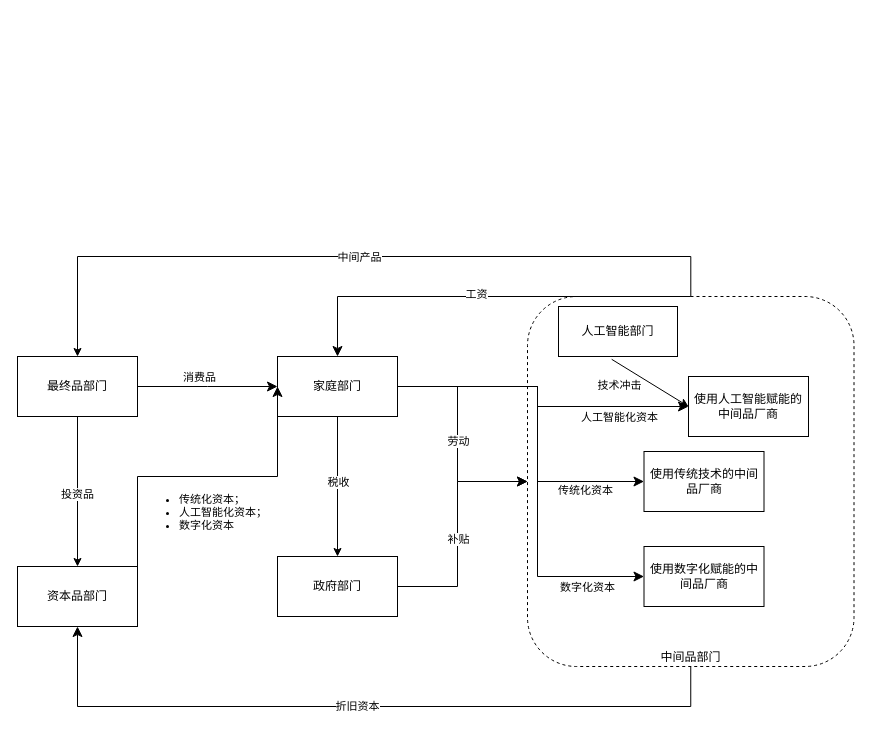
callwhat/drawio keeps this draw.io diagram as AIDsge.drawio. Above is the earlier version. Source tidied: cells renumbered, new cells numbered last; positions are measured from the earlier drawing's top-left corner, leaving out a move shared by most shapes. Both pictures are drawn from the tidied source at 100%, with x=0, y=0 at pixel (17, 256).
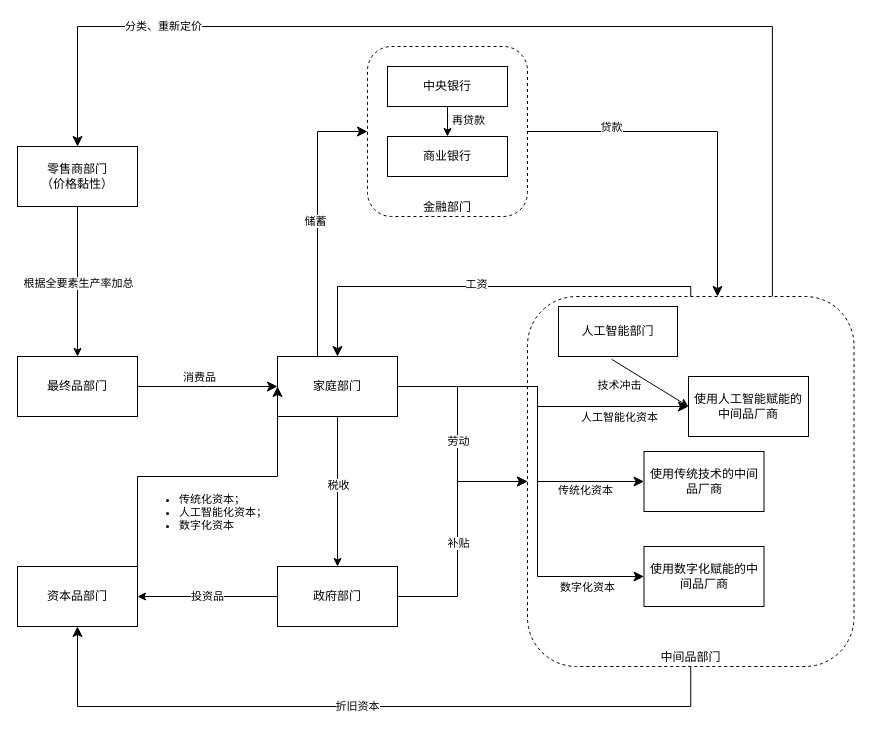
The same diagram, later.

Unchanged cells that the change refers to:
```xml
<mxCell id="4" value="家庭部门" style="whiteSpace=wrap;html=1;" parent="1" vertex="1">
  <mxGeometry x="260" y="100" width="120" height="60" as="geometry" />
</mxCell>
<mxCell id="6" value="资本品部门" style="whiteSpace=wrap;html=1;" parent="1" vertex="1">
  <mxGeometry y="310" width="120" height="60" as="geometry" />
</mxCell>
<mxCell id="7" value="最终品部门" style="whiteSpace=wrap;html=1;" parent="1" vertex="1">
  <mxGeometry y="100" width="120" height="60" as="geometry" />
</mxCell>
<mxCell id="17" value="中间品部门" style="rounded=1;whiteSpace=wrap;html=1;dashed=1;fillColor=none;verticalAlign=bottom;" parent="16" vertex="1">
  <mxGeometry width="326.5" height="370" as="geometry" />
</mxCell>
```

What changed in the source:
```diff
@@
     <mxCell id="5" value="政府部门" style="whiteSpace=wrap;html=1;" parent="1" vertex="1">
-      <mxGeometry x="260" y="300" width="120" height="60" as="geometry" />
+      <mxGeometry x="260" y="310" width="120" height="60" as="geometry" />
     </mxCell>
@@
-    <mxCell id="12" style="edgeStyle=orthogonalEdgeStyle;rounded=0;jettySize=auto;html=1;entryX=0.5;entryY=0;entryDx=0;entryDy=0;" parent="1" edge="1" source="17" target="7">
-      <mxGeometry relative="1" as="geometry">
-        <Array as="points">
-          <mxPoint x="673" />
-          <mxPoint x="60" />
-        </Array>
-      </mxGeometry>
-    </mxCell>
-    <mxCell id="13" value="中间产品" style="edgeLabel;html=1;align=center;verticalAlign=middle;" parent="12" vertex="1">
-      <mxGeometry x="0.05" y="1" relative="1" as="geometry">
-        <mxPoint x="23" y="-1" as="offset" />
-      </mxGeometry>
-    </mxCell>
@@
-    <mxCell id="28" style="endArrow=classic;html=1;rounded=0;exitX=0.5;exitY=1;exitDx=0;exitDy=0;entryX=0.5;entryY=0;entryDx=0;entryDy=0;" parent="1" edge="1" source="7" target="6">
+    <mxCell id="28" style="endArrow=classic;html=1;rounded=0;exitX=0;exitY=0.5;exitDx=0;exitDy=0;entryX=1;entryY=0.5;entryDx=0;entryDy=0;" parent="1" edge="1" source="5" target="6">
       <mxGeometry relative="1" as="geometry" />
     </mxCell>
@@
     <mxCell id="30" style="edgeStyle=elbowEdgeStyle;elbow=horizontal;endArrow=classic;html=1;curved=0;rounded=0;endSize=8;startSize=8;exitX=0.5;exitY=0;exitDx=0;exitDy=0;entryX=0.5;entryY=0;entryDx=0;entryDy=0;" parent="1" edge="1" source="17" target="4">
       <mxGeometry relative="1" as="geometry">
         <Array as="points">
-          <mxPoint x="320" y="60" />
+          <mxPoint x="320" y="30" />
         </Array>
       </mxGeometry>
     </mxCell>
@@
+    <mxCell id="38" value="零售商部门&lt;div&gt;（价格黏性）&lt;/div&gt;" style="whiteSpace=wrap;html=1;" parent="1" vertex="1">
+      <mxGeometry y="-110" width="120" height="60" as="geometry" />
+    </mxCell>
+    <mxCell id="39" style="edgeStyle=elbowEdgeStyle;elbow=horizontal;endArrow=classic;html=1;curved=0;rounded=0;endSize=8;startSize=8;exitX=0.5;exitY=0;exitDx=0;exitDy=0;entryX=0;entryY=0.5;entryDx=0;entryDy=0;" parent="1" edge="1" source="4" target="41">
+      <mxGeometry relative="1" as="geometry">
+        <Array as="points">
+          <mxPoint x="300" y="-100" />
+        </Array>
+      </mxGeometry>
+    </mxCell>
+    <mxCell id="40" value="储蓄" style="edgeLabel;html=1;align=center;verticalAlign=middle;" parent="39" vertex="1">
+      <mxGeometry x="0.06" y="3" relative="1" as="geometry" />
+    </mxCell>
+    <mxCell id="41" value="金融部门" style="rounded=1;whiteSpace=wrap;html=1;dashed=1;fillColor=none;verticalAlign=bottom;" parent="1" vertex="1">
+      <mxGeometry x="350" y="-210" width="160" height="170" as="geometry" />
+    </mxCell>
+    <mxCell id="42" style="edgeStyle=orthogonalEdgeStyle;rounded=0;jettySize=auto;html=1;" parent="1" edge="1" source="44" target="45">
+      <mxGeometry relative="1" as="geometry" />
+    </mxCell>
+    <mxCell id="43" value="再贷款" style="edgeLabel;html=1;align=center;verticalAlign=middle;" parent="42" vertex="1">
+      <mxGeometry x="0.31" y="3" relative="1" as="geometry">
+        <mxPoint x="17" as="offset" />
+      </mxGeometry>
+    </mxCell>
+    <mxCell id="44" value="中央银行" style="whiteSpace=wrap;html=1;" parent="1" vertex="1">
+      <mxGeometry x="370" y="-190" width="120" height="40" as="geometry" />
+    </mxCell>
+    <mxCell id="45" value="商业银行" style="whiteSpace=wrap;html=1;" parent="1" vertex="1">
+      <mxGeometry x="370" y="-120" width="120" height="40" as="geometry" />
+    </mxCell>
+    <mxCell id="46" style="edgeStyle=elbowEdgeStyle;elbow=horizontal;endArrow=classic;html=1;curved=0;rounded=0;endSize=8;startSize=8;exitX=1;exitY=0.5;exitDx=0;exitDy=0;" parent="1" edge="1" source="41" target="17">
+      <mxGeometry relative="1" as="geometry">
+        <Array as="points">
+          <mxPoint x="700" y="-120" />
+        </Array>
+      </mxGeometry>
+    </mxCell>
+    <mxCell id="47" value="贷款" style="edgeLabel;html=1;align=center;verticalAlign=middle;" parent="46" vertex="1">
+      <mxGeometry x="-0.53" y="-2" relative="1" as="geometry">
+        <mxPoint y="-7" as="offset" />
+      </mxGeometry>
+    </mxCell>
+    <mxCell id="48" style="edgeStyle=elbowEdgeStyle;elbow=horizontal;endArrow=classic;html=1;curved=0;rounded=0;endSize=8;startSize=8;exitX=0.75;exitY=0;exitDx=0;exitDy=0;entryX=0.5;entryY=0;entryDx=0;entryDy=0;" parent="1" edge="1" source="17" target="38">
+      <mxGeometry relative="1" as="geometry">
+        <Array as="points">
+          <mxPoint x="630" y="-230" />
+        </Array>
+      </mxGeometry>
+    </mxCell>
+    <mxCell id="49" value="分类、重新定价" style="edgeLabel;html=1;align=center;verticalAlign=middle;" parent="48" vertex="1">
+      <mxGeometry x="0.62" y="-1" relative="1" as="geometry" />
+    </mxCell>
+    <mxCell id="50" style="endArrow=classic;html=1;rounded=0;exitX=0.5;exitY=1;exitDx=0;exitDy=0;entryX=0.5;entryY=0;entryDx=0;entryDy=0;" parent="1" edge="1" source="38" target="7">
+      <mxGeometry relative="1" as="geometry" />
+    </mxCell>
+    <mxCell id="51" value="根据全要素生产率加总" style="edgeLabel;html=1;align=center;verticalAlign=middle;" parent="50" vertex="1">
+      <mxGeometry x="0.01" relative="1" as="geometry" />
+    </mxCell>
```
